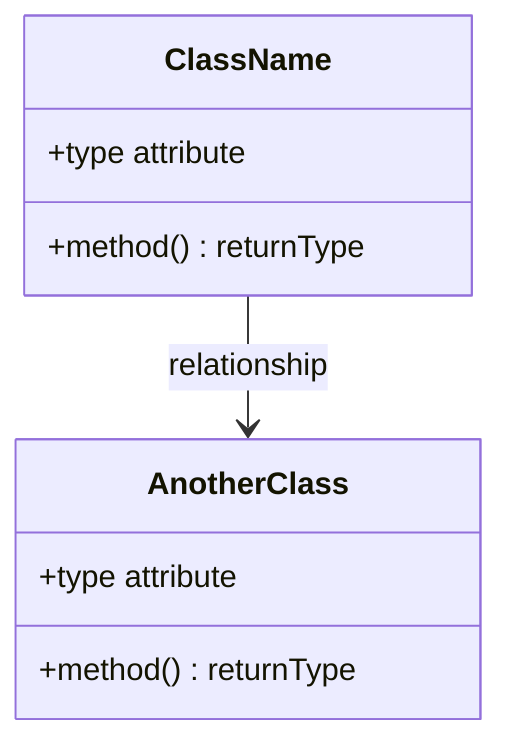
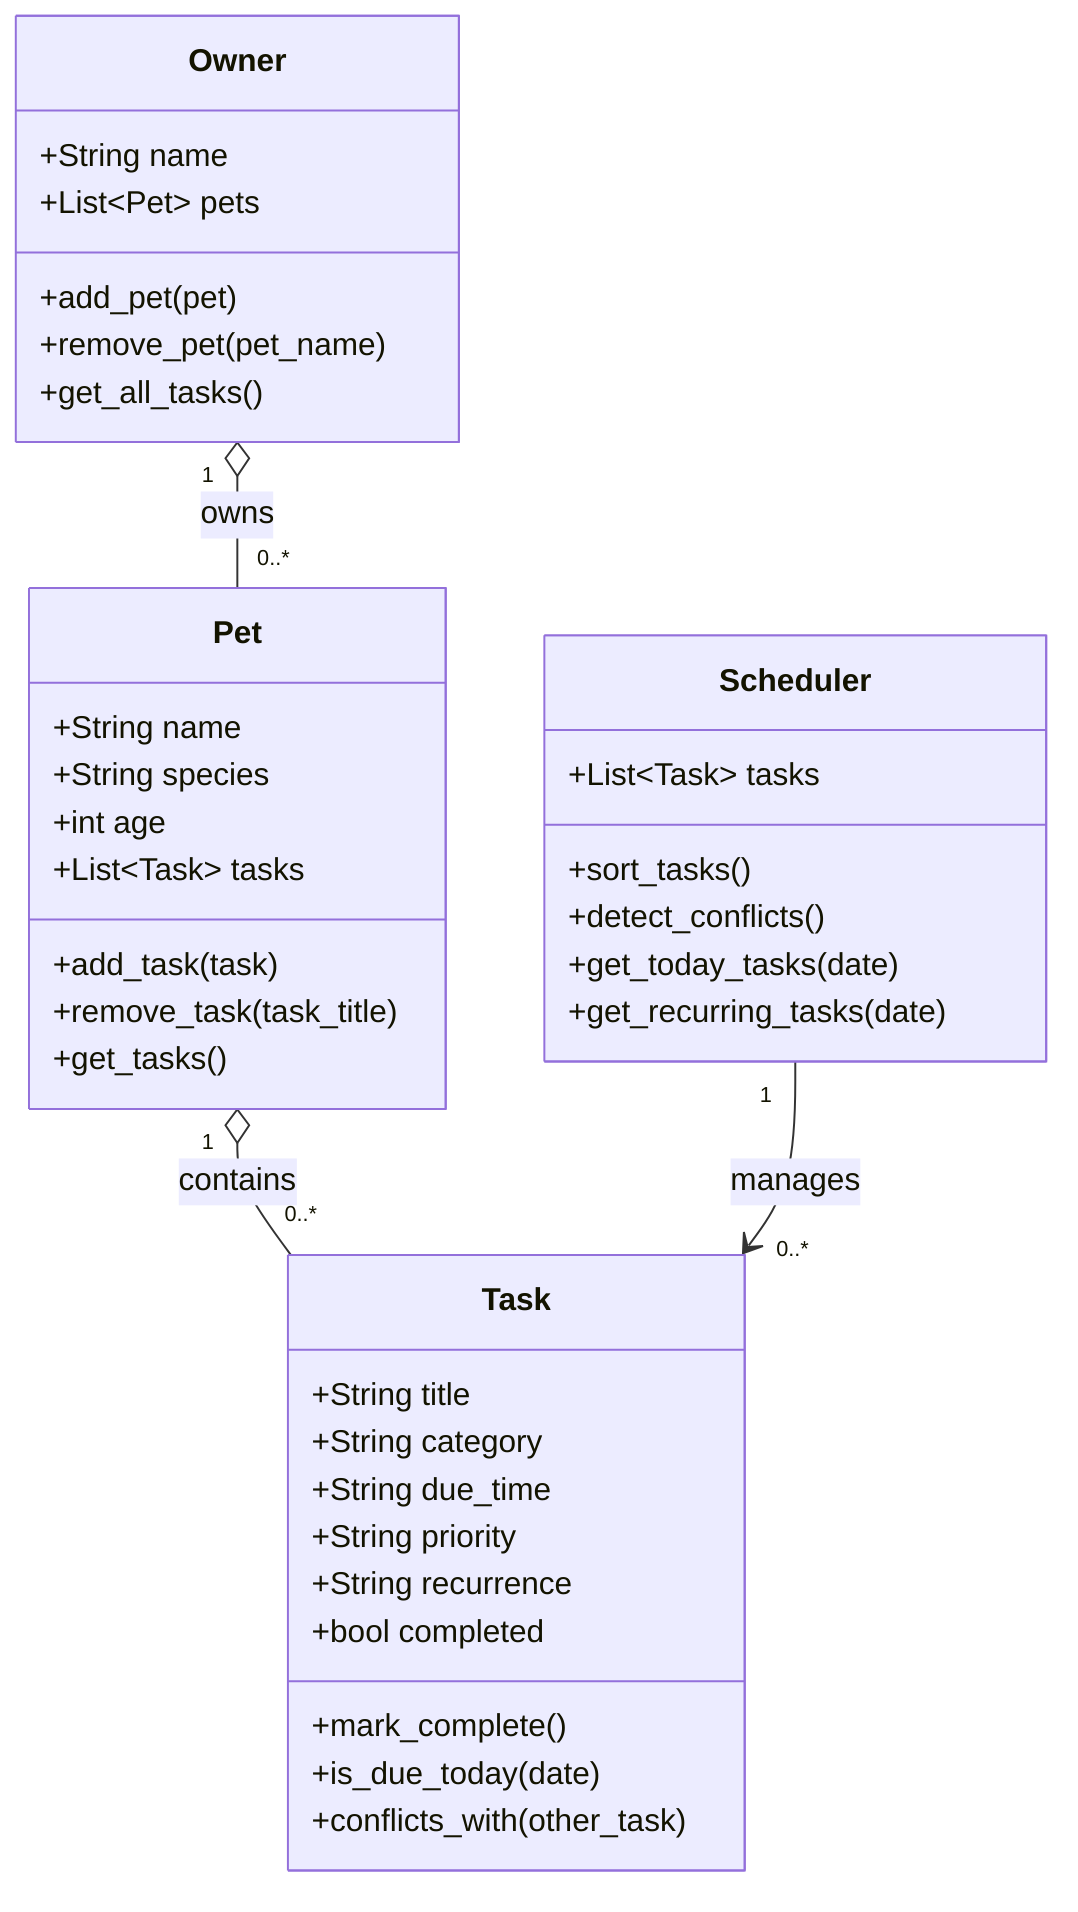
classDiagram
-     %% Replace the placeholders below with your actual classes, attributes, methods, and relationships.
-     %% Keep this file updated so it matches your final implementation.
- 
-     class ClassName {
-         +type attribute
-         +method() returnType
+     class Owner {
+         +String name
+         +List~Pet~ pets
+         +add_pet(pet)
+         +remove_pet(pet_name)
+         +get_all_tasks()
    }

-     class AnotherClass {
-         +type attribute
-         +method() returnType
+     class Pet {
+         +String name
+         +String species
+         +int age
+         +List~Task~ tasks
+         +add_task(task)
+         +remove_task(task_title)
+         +get_tasks()
    }

-     ClassName --> AnotherClass : relationship
+     class Task {
+         +String title
+         +String category
+         +String due_time
+         +String priority
+         +String recurrence
+         +bool completed
+         +mark_complete()
+         +is_due_today(date)
+         +conflicts_with(other_task)
+     }
+ 
+     class Scheduler {
+         +List~Task~ tasks
+         +sort_tasks()
+         +detect_conflicts()
+         +get_today_tasks(date)
+         +get_recurring_tasks(date)
+     }
+ 
+     Owner "1" o-- "0..*" Pet : owns
+     Pet "1" o-- "0..*" Task : contains
+     Scheduler "1" --> "0..*" Task : manages
